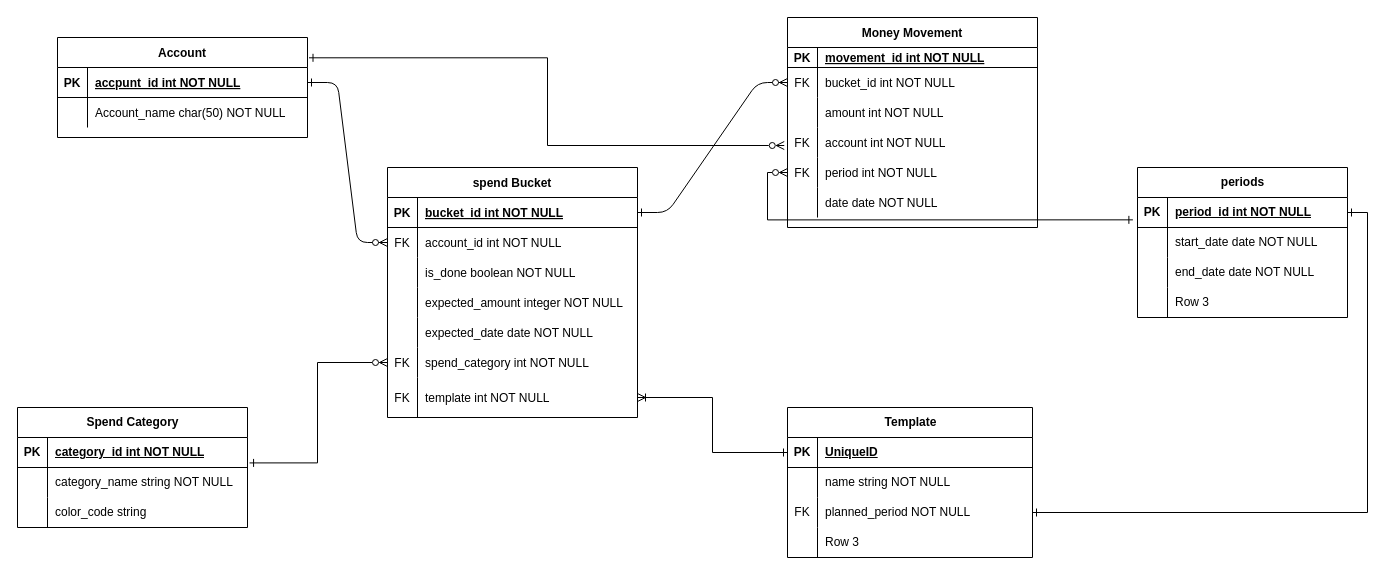
wolfsquared/Budgeting-App-Diagrams keeps this draw.io diagram as ERD.drawio. Above is the earlier version. Source tidied: cells renumbered, new cells numbered last; positions are measured from the earlier drawing's top-left corner, leaving out a move shared by most shapes. Both pictures are drawn from the tidied source at 100%, with x=0, y=0 at pixel (17, 17).
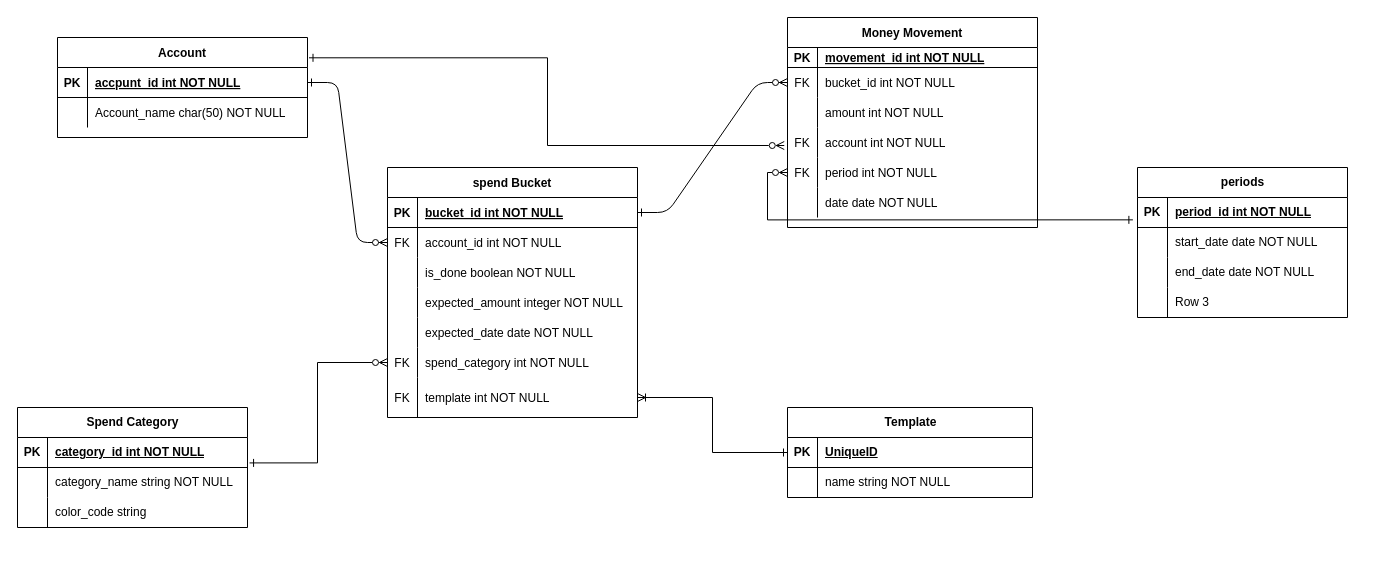
After the change.

Unchanged cells that the change refers to:
```xml
<mxCell id="79" style="shape=tableRow;horizontal=0;startSize=0;swimlaneHead=0;swimlaneBody=0;fillColor=none;points=[[0,0.5],[1,0.5]];portConstraint=eastwest;top=0;left=0;right=0;bottom=1;" parent="78" vertex="1">
  <mxGeometry y="30" width="210" height="30" as="geometry" />
</mxCell>
```

Diff of the diagram source:
```diff
@@
     <mxCell id="65" value="Template" style="shape=table;startSize=30;childLayout=tableLayout;rowLines=0;fontStyle=1;align=center;html=1;" parent="1" vertex="1">
-      <mxGeometry x="770" y="390" width="245" height="150" as="geometry" />
+      <mxGeometry x="770" y="390" width="245" height="90" as="geometry" />
     </mxCell>
@@
-    <mxCell id="72" style="shape=tableRow;horizontal=0;startSize=0;swimlaneHead=0;swimlaneBody=0;fillColor=none;points=[[0,0.5],[1,0.5]];portConstraint=eastwest;top=0;left=0;right=0;bottom=0;" parent="65" vertex="1">
-      <mxGeometry y="90" width="245" height="30" as="geometry" />
-    </mxCell>
-    <mxCell id="73" value="FK" style="shape=partialRectangle;fillColor=none;top=0;left=0;bottom=0;right=0;overflow=hidden;whiteSpace=wrap;html=1;" parent="72" vertex="1">
-      <mxGeometry width="30" height="30" as="geometry" />
-    </mxCell>
-    <mxCell id="74" value="planned_period NOT NULL" style="shape=partialRectangle;fillColor=none;top=0;left=0;bottom=0;right=0;align=left;spacingLeft=6;overflow=hidden;whiteSpace=wrap;html=1;" parent="72" vertex="1">
-      <mxGeometry x="30" width="215" height="30" as="geometry" />
-    </mxCell>
-    <mxCell id="75" style="shape=tableRow;horizontal=0;startSize=0;swimlaneHead=0;swimlaneBody=0;fillColor=none;top=0;left=0;right=0;bottom=0;" parent="65" vertex="1">
-      <mxGeometry y="120" width="245" height="30" as="geometry" />
-    </mxCell>
-    <mxCell id="76" style="shape=partialRectangle;fillColor=none;top=0;left=0;bottom=0;right=0;overflow=hidden;whiteSpace=wrap;html=1;" parent="75" vertex="1">
-      <mxGeometry width="30" height="30" as="geometry" />
-    </mxCell>
-    <mxCell id="77" value="Row 3" style="shape=partialRectangle;fillColor=none;top=0;left=0;bottom=0;right=0;align=left;spacingLeft=6;overflow=hidden;whiteSpace=wrap;html=1;" parent="75" vertex="1">
-      <mxGeometry x="30" width="215" height="30" as="geometry" />
-    </mxCell>
@@
-    <mxCell id="92" style="edgeStyle=orthogonalEdgeStyle;rounded=0;jettySize=auto;html=1;entryX=1;entryY=0.5;entryDx=0;entryDy=0;endArrow=ERone;endFill=0;startArrow=ERone;startFill=0;" parent="1" edge="1" source="72" target="79">
+    <mxCell id="92" style="edgeStyle=orthogonalEdgeStyle;rounded=0;jettySize=auto;html=1;entryX=1;entryY=0.5;entryDx=0;entryDy=0;endArrow=ERone;endFill=0;startArrow=ERone;startFill=0;" parent="1" edge="1" target="79">
       <mxGeometry relative="1" as="geometry" />
     </mxCell>
```
